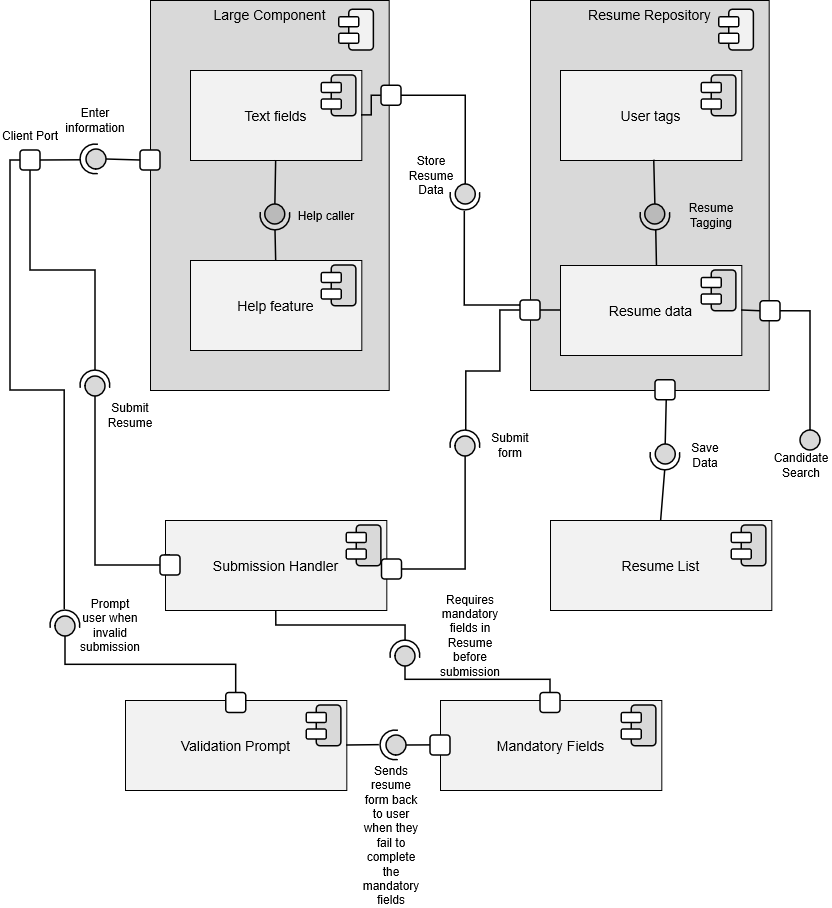
Above: 03_Team_Work/Team7/Milestone_1_Component_Diagram/PNG/MT_M1_Team7_ResumeServiceDiagram_v04.png in JmmonJeremy/CareerBound-SDD (draw.io), before the change. Source tidied: cells renumbered, new cells last; positions are measured from the earlier drawing's top-left corner, leaving out a move shared by most shapes.
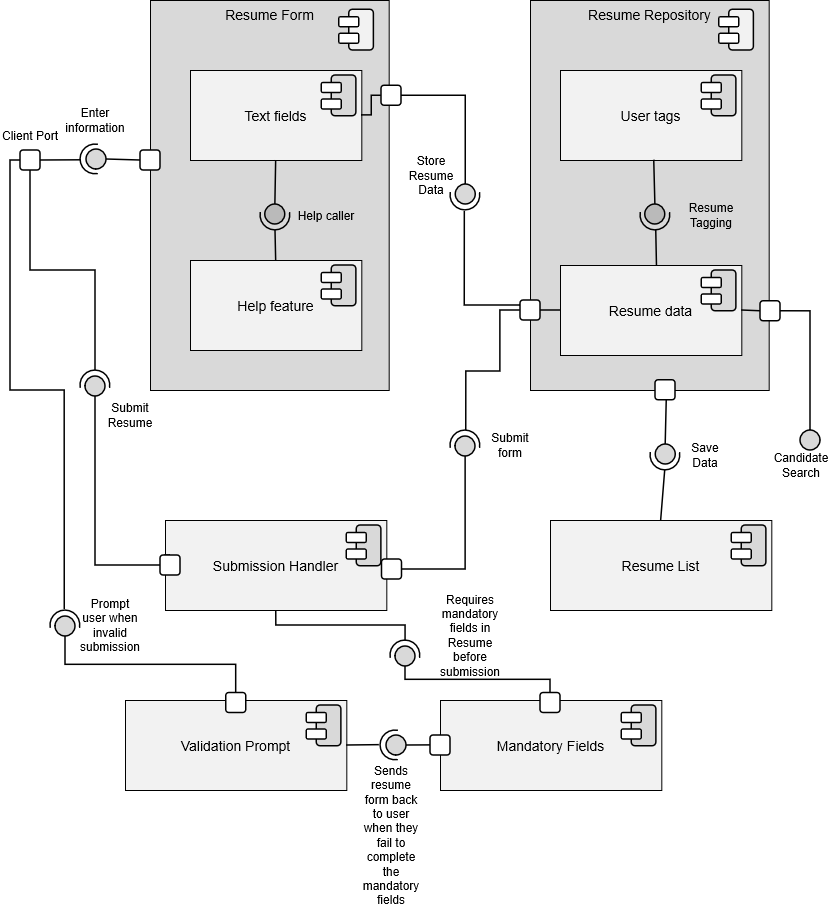
After the commit.

Commit message:
Team 7 corrected resume v04 component name Resume Form

What changed in the source:
```diff
@@ -2,7 +2,7 @@
   <root>
     <mxCell id="0" />
     <mxCell id="1" parent="0" />
-    <mxCell id="2" value="&lt;div&gt;&lt;font&gt;Large Component&lt;/font&gt;&lt;/div&gt;" style="rounded=0;whiteSpace=wrap;html=1;verticalAlign=top;labelBackgroundColor=none;fillColor=#D9D9D9;fontFamily=Arial;fontSize=14;" parent="1" vertex="1">
+    <mxCell id="2" value="Resume Form" style="rounded=0;whiteSpace=wrap;html=1;verticalAlign=top;labelBackgroundColor=none;fillColor=#D9D9D9;fontFamily=Arial;fontSize=14;" parent="1" vertex="1">
       <mxGeometry x="150" width="238.7" height="390" as="geometry" />
     </mxCell>
     <mxCell id="3" style="group;rounded=1;" parent="1" vertex="1">
```
